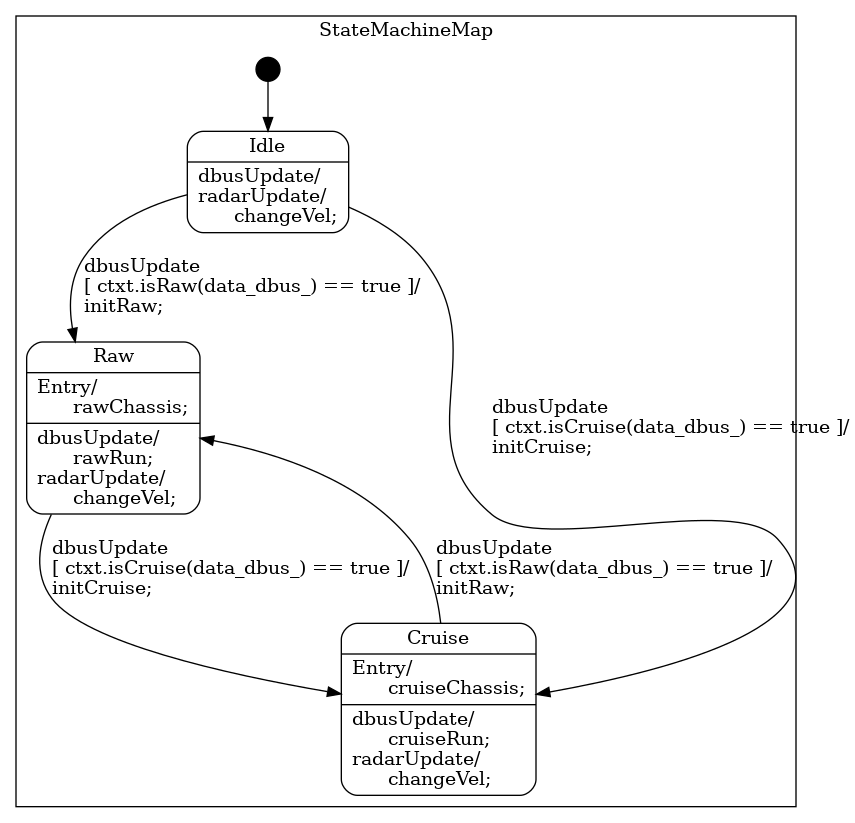
Above: state_machine/StateMachine_sm.png in rm-controls/rm_fsm (Graphviz), before the change. Its source is kept beside it as state_machine/StateMachine_sm.dot.
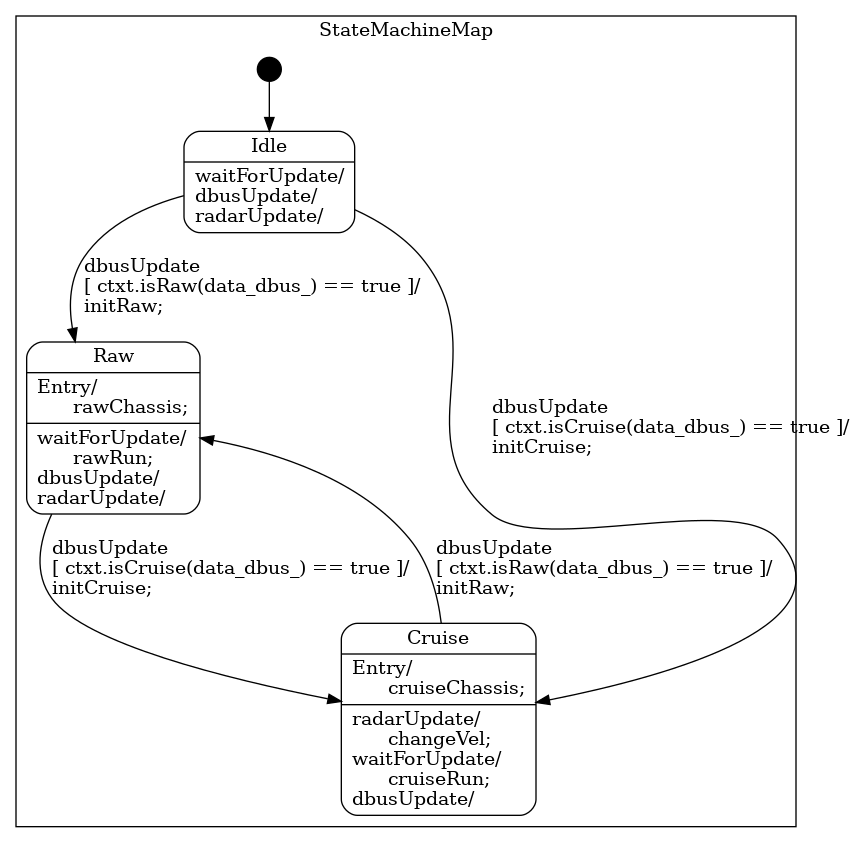
After the commit.

The edit, as a diff of the source:
```diff
@@ -9,13 +9,13 @@
 
 
         "StateMachineMap::Idle"
-            [label="{Idle|dbusUpdate/\lradarUpdate/\l&nbsp;&nbsp;&nbsp;changeVel;\l}"];
+            [label="{Idle|waitForUpdate/\ldbusUpdate/\lradarUpdate/\l}"];
 
         "StateMachineMap::Raw"
-            [label="{Raw|Entry/\l&nbsp;&nbsp;&nbsp;rawChassis;\l|dbusUpdate/\l&nbsp;&nbsp;&nbsp;rawRun;\lradarUpdate/\l&nbsp;&nbsp;&nbsp;changeVel;\l}"];
+            [label="{Raw|Entry/\l&nbsp;&nbsp;&nbsp;rawChassis;\l|waitForUpdate/\l&nbsp;&nbsp;&nbsp;rawRun;\ldbusUpdate/\lradarUpdate/\l}"];
 
         "StateMachineMap::Cruise"
-            [label="{Cruise|Entry/\l&nbsp;&nbsp;&nbsp;cruiseChassis;\l|dbusUpdate/\l&nbsp;&nbsp;&nbsp;cruiseRun;\lradarUpdate/\l&nbsp;&nbsp;&nbsp;changeVel;\l}"];
+            [label="{Cruise|Entry/\l&nbsp;&nbsp;&nbsp;cruiseChassis;\l|radarUpdate/\l&nbsp;&nbsp;&nbsp;changeVel;\lwaitForUpdate/\l&nbsp;&nbsp;&nbsp;cruiseRun;\ldbusUpdate/\l}"];
 
         "%start"
             [label="" shape=circle style=filled fillcolor=black width=0.25];
```
